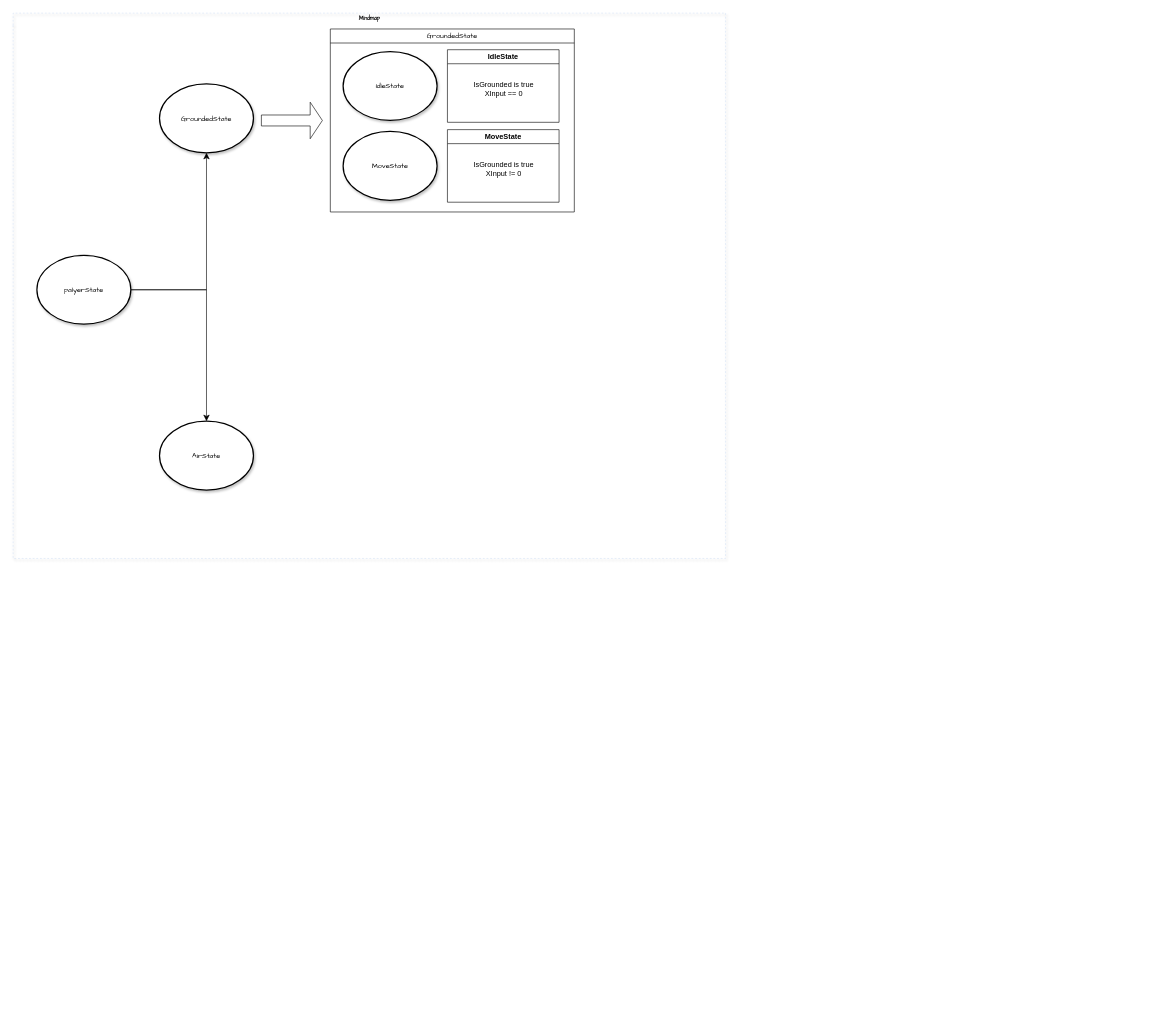
Above: PlayerState.drawio in Selentia1/2D-RPG-GAME (draw.io), before the change. Source tidied: cells renumbered, new cells numbered last; positions are measured from the earlier drawing's top-left corner, leaving out a move shared by most shapes. Both pictures are drawn from the tidied source at 61%, with x=0, y=0 at pixel (13, 13).
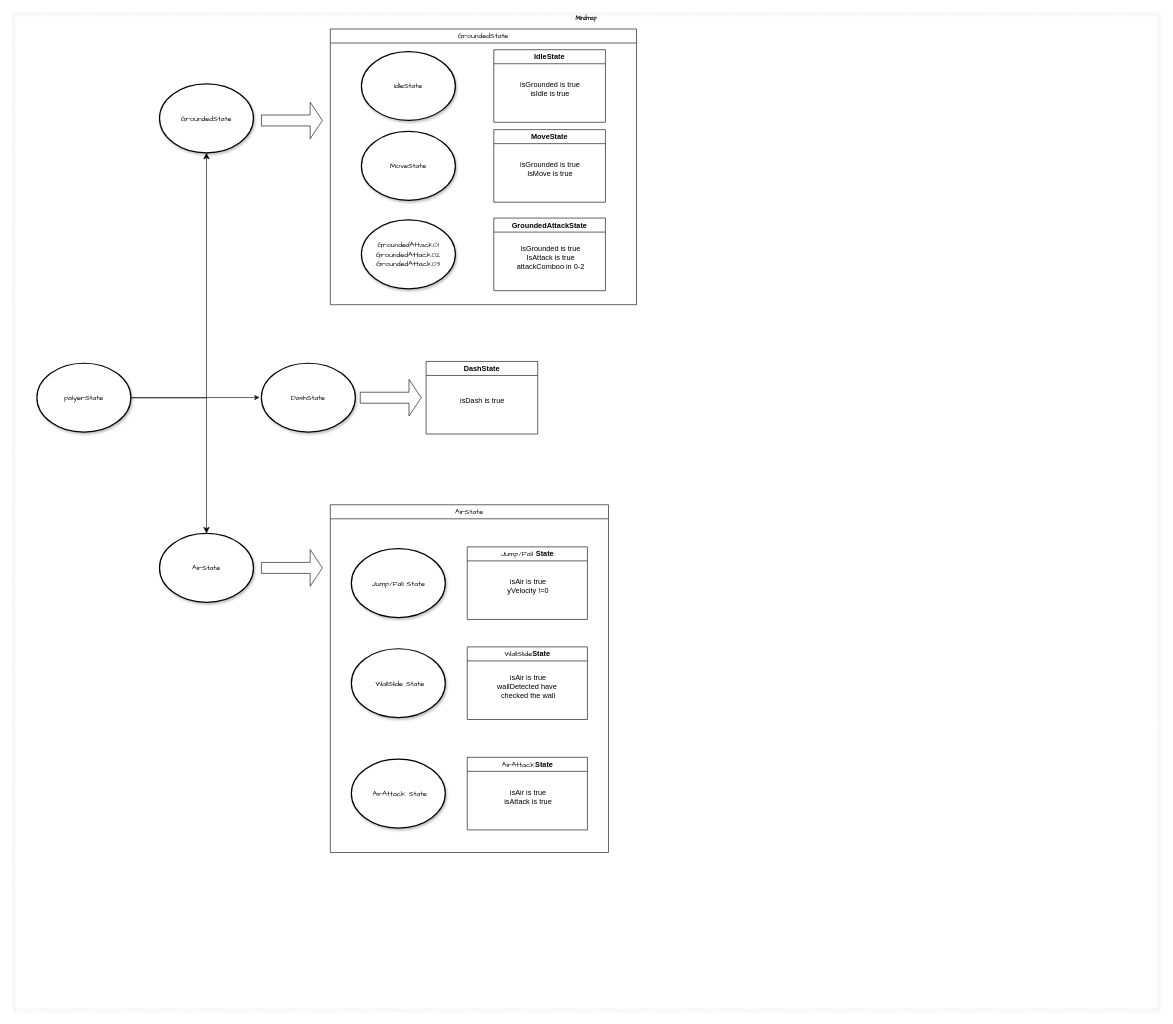
The same page after the edit.

The edit, as a diff of the source:
```diff
@@
     <mxCell id="2" value="Mindmap" style="swimlane;html=1;startSize=20;horizontal=1;containerType=tree;labelBackgroundColor=none;strokeColor=#D4E1F5;strokeWidth=1;fillColor=none;fontFamily=Comic Sans MS;fontSize=9;swimlaneLine=0;dashed=1;shadow=1;" parent="1" vertex="1">
-      <mxGeometry width="1168" height="894" as="geometry" />
+      <mxGeometry width="1878" height="1633" as="geometry" />
     </mxCell>
     <mxCell id="3" value="&lt;font face=&quot;Comic Sans MS&quot;&gt;palyerState&lt;/font&gt;" style="ellipse;whiteSpace=wrap;html=1;align=center;strokeWidth=2;shadow=1;" parent="2" vertex="1">
-      <mxGeometry x="39" y="397" width="154" height="113" as="geometry" />
+      <mxGeometry x="39" y="574" width="154" height="113" as="geometry" />
     </mxCell>
@@
     <mxCell id="5" value="&lt;font face=&quot;Comic Sans MS&quot;&gt;AirState&lt;/font&gt;" style="ellipse;whiteSpace=wrap;html=1;align=center;strokeWidth=2;shadow=1;" parent="2" vertex="1">
-      <mxGeometry x="240" y="669" width="154" height="113" as="geometry" />
+      <mxGeometry x="240" y="853" width="154" height="113" as="geometry" />
     </mxCell>
@@
     <mxCell id="8" value="&lt;span style=&quot;font-family: &amp;quot;Comic Sans MS&amp;quot;; font-weight: 400;&quot;&gt;GroundedState&lt;/span&gt;" style="swimlane;whiteSpace=wrap;html=1;" parent="2" vertex="1">
-      <mxGeometry x="520" y="26" width="400" height="300" as="geometry" />
+      <mxGeometry x="520" y="26" width="502" height="452" as="geometry" />
     </mxCell>
     <mxCell id="9" value="&lt;font face=&quot;Comic Sans MS&quot;&gt;MoveState&lt;/font&gt;" style="ellipse;whiteSpace=wrap;html=1;align=center;strokeWidth=2;shadow=1;" parent="8" vertex="1">
-      <mxGeometry x="21" y="168" width="154" height="113" as="geometry" />
+      <mxGeometry x="51" y="168" width="154" height="113" as="geometry" />
     </mxCell>
     <mxCell id="10" value="&lt;span style=&quot;font-family: &amp;quot;Comic Sans MS&amp;quot;;&quot;&gt;IdleState&lt;/span&gt;" style="ellipse;whiteSpace=wrap;html=1;align=center;strokeWidth=2;shadow=1;" parent="8" vertex="1">
-      <mxGeometry x="21" y="37" width="154" height="113" as="geometry" />
+      <mxGeometry x="51" y="37" width="154" height="113" as="geometry" />
     </mxCell>
     <mxCell id="11" value="IdleState" style="swimlane;whiteSpace=wrap;html=1;" parent="8" vertex="1">
-      <mxGeometry x="192" y="34" width="183" height="119" as="geometry" />
+      <mxGeometry x="268" y="34" width="183" height="119" as="geometry" />
     </mxCell>
-    <mxCell id="12" value="IsGrounded is true&lt;div&gt;XInput == 0&lt;/div&gt;" style="text;html=1;align=center;verticalAlign=middle;strokeColor=none;fillColor=none;" parent="11" vertex="1">
-      <mxGeometry x="33" y="43" width="117" height="41" as="geometry" />
+    <mxCell id="12" value="&lt;div&gt;isGrounded is true&lt;/div&gt;isIdle is true" style="text;html=1;align=center;verticalAlign=middle;strokeColor=none;fillColor=none;" parent="11" vertex="1">
+      <mxGeometry x="34" y="44" width="116" height="41" as="geometry" />
     </mxCell>
-    <mxCell id="13" style="shape=singleArrow;whiteSpace=wrap;html=1;" parent="2" vertex="1">
-      <mxGeometry x="407" y="146" width="100" height="60" as="geometry" />
-    </mxCell>
-    <mxCell id="14" value="MoveState" style="swimlane;whiteSpace=wrap;html=1;" parent="1" vertex="1">
-      <mxGeometry x="712" y="191" width="183" height="119" as="geometry" />
+    <mxCell id="14" value="MoveState" style="swimlane;whiteSpace=wrap;html=1;" parent="8" vertex="1">
+      <mxGeometry x="268" y="165" width="183" height="119" as="geometry" />
     </mxCell>
-    <mxCell id="15" value="IsGrounded is true&lt;div&gt;XInput != 0&lt;/div&gt;" style="text;html=1;align=center;verticalAlign=middle;strokeColor=none;fillColor=none;" parent="14" vertex="1">
-      <mxGeometry x="33" y="43" width="117" height="41" as="geometry" />
+    <mxCell id="15" value="&lt;div&gt;isGrounded is true&lt;br&gt;&lt;/div&gt;IsMove is true" style="text;html=1;align=center;verticalAlign=middle;strokeColor=none;fillColor=none;" parent="14" vertex="1">
+      <mxGeometry x="34" y="44" width="116" height="41" as="geometry" />
     </mxCell>
+    <mxCell id="16" value="&lt;font face=&quot;Comic Sans MS&quot;&gt;GroundedAttack01&lt;/font&gt;&lt;div&gt;&lt;span style=&quot;font-family: &amp;quot;Comic Sans MS&amp;quot;;&quot;&gt;GroundedAttack02&lt;/span&gt;&lt;font face=&quot;Comic Sans MS&quot;&gt;&lt;br&gt;&lt;/font&gt;&lt;/div&gt;&lt;div&gt;&lt;span style=&quot;font-family: &amp;quot;Comic Sans MS&amp;quot;;&quot;&gt;GroundedAttack03&lt;/span&gt;&lt;span style=&quot;font-family: &amp;quot;Comic Sans MS&amp;quot;;&quot;&gt;&lt;br&gt;&lt;/span&gt;&lt;/div&gt;" style="ellipse;whiteSpace=wrap;html=1;align=center;strokeWidth=2;shadow=1;" parent="8" vertex="1">
+      <mxGeometry x="51" y="313" width="154" height="113" as="geometry" />
+    </mxCell>
+    <mxCell id="13" style="shape=singleArrow;whiteSpace=wrap;html=1;" parent="2" vertex="1">
+      <mxGeometry x="407" y="146" width="100" height="60" as="geometry" />
+    </mxCell>
+    <mxCell id="17" style="shape=singleArrow;whiteSpace=wrap;html=1;" parent="2" vertex="1">
+      <mxGeometry x="569" y="600.5" width="100" height="60" as="geometry" />
+    </mxCell>
+    <mxCell id="18" style="endArrow=classic;html=1;rounded=0;" parent="2" edge="1">
+      <mxGeometry relative="1" as="geometry">
+        <mxPoint x="316" y="630.2" as="sourcePoint" />
+        <mxPoint x="404" y="630.2" as="targetPoint" />
+      </mxGeometry>
+    </mxCell>
+    <mxCell id="19" value="&lt;font face=&quot;Comic Sans MS&quot;&gt;DashState&lt;/font&gt;" style="ellipse;whiteSpace=wrap;html=1;align=center;strokeWidth=2;shadow=1;" parent="2" vertex="1">
+      <mxGeometry x="407" y="574" width="154" height="113" as="geometry" />
+    </mxCell>
+    <mxCell id="20" style="shape=singleArrow;whiteSpace=wrap;html=1;" parent="2" vertex="1">
+      <mxGeometry x="407" y="879.5" width="100" height="60" as="geometry" />
+    </mxCell>
+    <mxCell id="21" value="DashState" style="swimlane;whiteSpace=wrap;html=1;startSize=23;" parent="2" vertex="1">
+      <mxGeometry x="677" y="571" width="183" height="119" as="geometry" />
+    </mxCell>
+    <mxCell id="22" value="isDash is true" style="text;html=1;align=center;verticalAlign=middle;strokeColor=none;fillColor=none;" parent="21" vertex="1">
+      <mxGeometry x="46" y="51" width="91" height="26" as="geometry" />
+    </mxCell>
+    <mxCell id="23" value="&lt;span style=&quot;font-family: &amp;quot;Comic Sans MS&amp;quot;; font-weight: 400;&quot;&gt;AirState&lt;/span&gt;" style="swimlane;whiteSpace=wrap;html=1;" parent="2" vertex="1">
+      <mxGeometry x="520" y="806" width="456" height="570" as="geometry" />
+    </mxCell>
+    <mxCell id="24" value="&lt;font face=&quot;Comic Sans MS&quot;&gt;Jump/Fall State&lt;/font&gt;" style="ellipse;whiteSpace=wrap;html=1;align=center;strokeWidth=2;shadow=1;" parent="23" vertex="1">
+      <mxGeometry x="34.5" y="72" width="154" height="113" as="geometry" />
+    </mxCell>
+    <mxCell id="25" value="&lt;font face=&quot;Comic Sans MS&quot;&gt;&lt;span style=&quot;font-weight: 400;&quot;&gt;Jump/Fall&amp;nbsp;&lt;/span&gt;&lt;/font&gt;State" style="swimlane;whiteSpace=wrap;html=1;" parent="23" vertex="1">
+      <mxGeometry x="224.5" y="69" width="197" height="119" as="geometry" />
+    </mxCell>
+    <mxCell id="26" value="isAir is true&lt;div&gt;yVelocity !=0&lt;/div&gt;" style="text;html=1;align=center;verticalAlign=middle;strokeColor=none;fillColor=none;" parent="25" vertex="1">
+      <mxGeometry x="56.5" y="43" width="86" height="41" as="geometry" />
+    </mxCell>
+    <mxCell id="27" value="&lt;font face=&quot;Comic Sans MS&quot;&gt;&amp;nbsp;WallSlide State&lt;/font&gt;" style="ellipse;whiteSpace=wrap;html=1;align=center;strokeWidth=2;shadow=1;" parent="23" vertex="1">
+      <mxGeometry x="34.5" y="236" width="154" height="113" as="geometry" />
+    </mxCell>
+    <mxCell id="28" value="&lt;span style=&quot;font-family: &amp;quot;Comic Sans MS&amp;quot;; font-weight: 400;&quot;&gt;WallSlide&lt;/span&gt;State" style="swimlane;whiteSpace=wrap;html=1;" parent="23" vertex="1">
+      <mxGeometry x="224.5" y="233" width="197" height="119" as="geometry" />
+    </mxCell>
+    <mxCell id="29" value="isAir is true&lt;div&gt;wallDetected have&amp;nbsp;&lt;/div&gt;&lt;div&gt;checked the wall&lt;/div&gt;" style="text;html=1;align=center;verticalAlign=middle;strokeColor=none;fillColor=none;" parent="28" vertex="1">
+      <mxGeometry x="39.5" y="37" width="119" height="55" as="geometry" />
+    </mxCell>
+    <mxCell id="30" value="&lt;font face=&quot;Comic Sans MS&quot;&gt;&amp;nbsp;AirAttack State&lt;/font&gt;" style="ellipse;whiteSpace=wrap;html=1;align=center;strokeWidth=2;shadow=1;" parent="23" vertex="1">
+      <mxGeometry x="34.5" y="417" width="154" height="113" as="geometry" />
+    </mxCell>
+    <mxCell id="31" value="&lt;span style=&quot;font-family: &amp;quot;Comic Sans MS&amp;quot;; font-weight: 400;&quot;&gt;AirAttack&lt;/span&gt;State" style="swimlane;whiteSpace=wrap;html=1;" parent="23" vertex="1">
+      <mxGeometry x="224.5" y="414" width="197" height="119" as="geometry" />
+    </mxCell>
+    <mxCell id="32" value="isAir is true&lt;div&gt;isAttack is true&lt;/div&gt;" style="text;html=1;align=center;verticalAlign=middle;strokeColor=none;fillColor=none;" parent="31" vertex="1">
+      <mxGeometry x="51.5" y="44" width="96" height="41" as="geometry" />
+    </mxCell>
+    <mxCell id="33" value="GroundedAttackState" style="swimlane;whiteSpace=wrap;html=1;" parent="1" vertex="1">
+      <mxGeometry x="788" y="336" width="183" height="119" as="geometry" />
+    </mxCell>
+    <mxCell id="34" value="&lt;div&gt;isGrounded is true&lt;br&gt;&lt;/div&gt;IsAttack is true&lt;div&gt;attackComboo in 0-2&lt;/div&gt;" style="text;html=1;align=center;verticalAlign=middle;strokeColor=none;fillColor=none;" parent="33" vertex="1">
+      <mxGeometry x="28" y="37" width="129" height="55" as="geometry" />
+    </mxCell>
```
